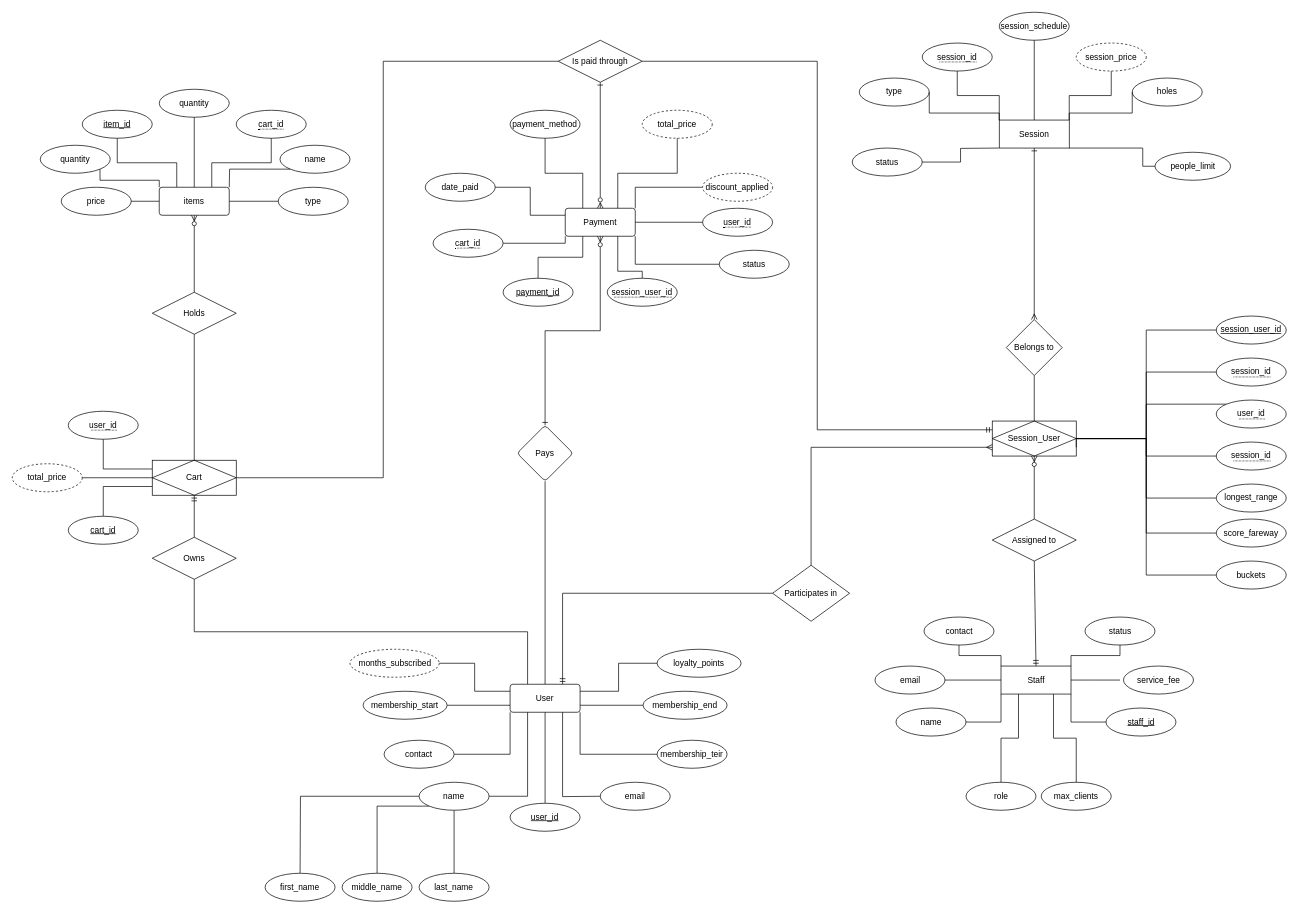
Before: golf-chen-notation.drawio in johnllss/INFOM_DB-App_Gr3, a draw.io diagram. Source tidied: cells renumbered, new cells numbered last; positions are measured from the earlier drawing's top-left corner, leaving out a move shared by most shapes. Both pictures are drawn from the tidied source at 70%, with x=0, y=0 at pixel (12, 12).
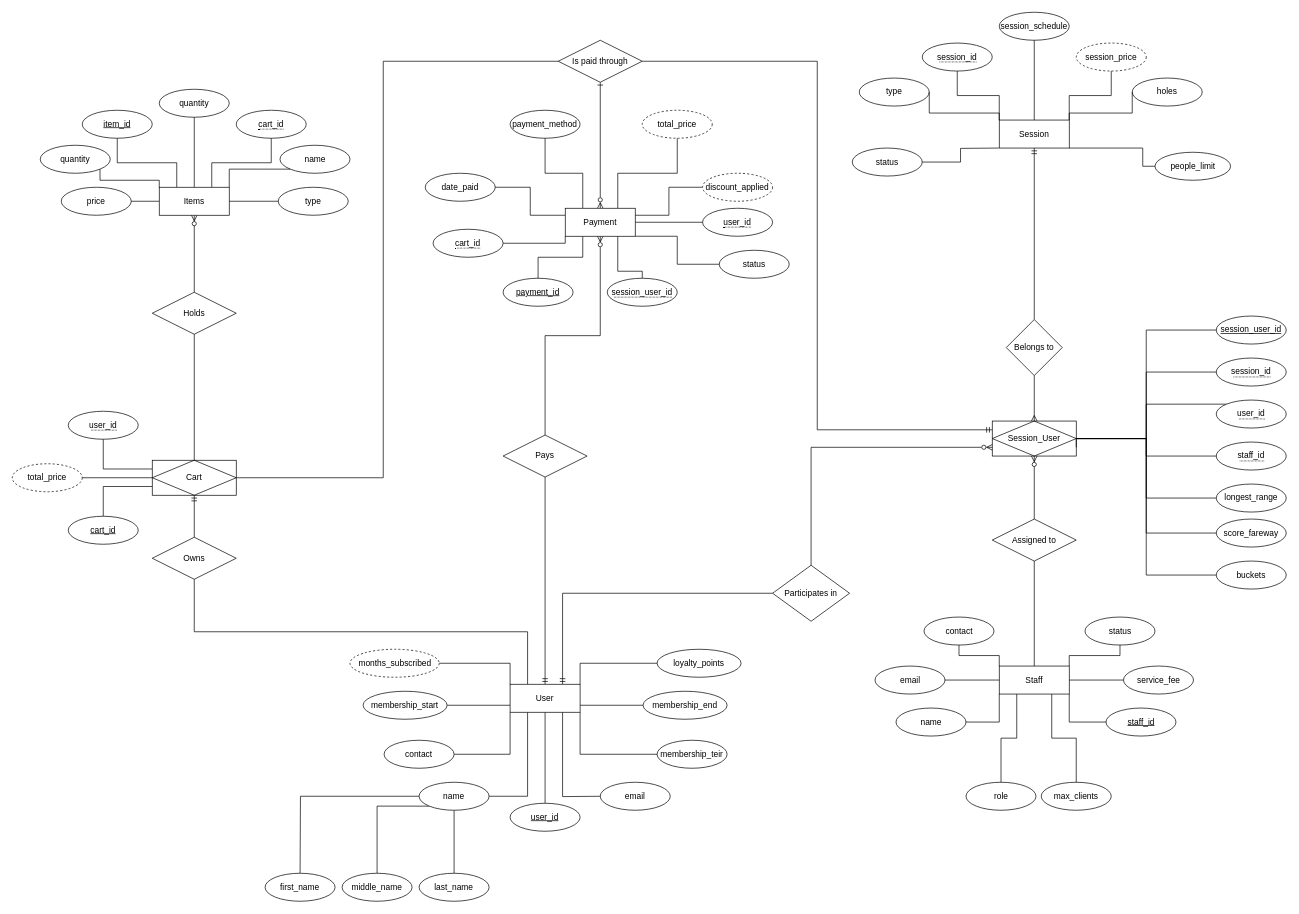
After the change.

Unchanged cells that the change refers to:
```xml
<mxCell id="6" value="user_id" style="ellipse;whiteSpace=wrap;html=1;align=center;fontStyle=4;" parent="1" vertex="1">
<mxCell id="13" value="name" style="ellipse;whiteSpace=wrap;html=1;align=center;" parent="1" vertex="1">
<mxCell id="15" value="membership_end" style="ellipse;whiteSpace=wrap;html=1;align=center;" parent="1" vertex="1">
<mxCell id="19" value="loyalty_points" style="ellipse;whiteSpace=wrap;html=1;align=center;" parent="1" vertex="1">
<mxCell id="28" value="Session" style="whiteSpace=wrap;html=1;align=center;" parent="1" vertex="1">
<mxCell id="41" value="item_id" style="ellipse;whiteSpace=wrap;html=1;align=center;fontStyle=4;" parent="1" vertex="1">
<mxCell id="43" value="name" style="ellipse;whiteSpace=wrap;html=1;align=center;" parent="1" vertex="1">
<mxCell id="44" value="type" style="ellipse;whiteSpace=wrap;html=1;align=center;" parent="1" vertex="1">
<mxCell id="45" value="quantity" style="ellipse;whiteSpace=wrap;html=1;align=center;" parent="1" vertex="1">
<mxCell id="46" value="quantity" style="ellipse;whiteSpace=wrap;html=1;align=center;" parent="1" vertex="1">
<mxCell id="47" value="price" style="ellipse;whiteSpace=wrap;html=1;align=center;" parent="1" vertex="1">
<mxCell id="48" value="&lt;span style=&quot;border-bottom: 1px dotted&quot;&gt;cart_id&lt;/span&gt;" style="ellipse;whiteSpace=wrap;html=1;align=center;" parent="1" vertex="1">
<mxCell id="62" value="Holds" style="shape=rhombus;perimeter=rhombusPerimeter;whiteSpace=wrap;html=1;align=center;" parent="1" vertex="1">
<mxCell id="65" value="total_price" style="ellipse;whiteSpace=wrap;html=1;align=center;dashed=1;" parent="1" vertex="1">
<mxCell id="69" value="status" style="ellipse;whiteSpace=wrap;html=1;align=center;" parent="1" vertex="1">
<mxCell id="71" value="date_paid" style="ellipse;whiteSpace=wrap;html=1;align=center;" parent="1" vertex="1">
<mxCell id="73" value="&lt;span style=&quot;border-bottom: 1px dotted&quot;&gt;cart_id&lt;/span&gt;" style="ellipse;whiteSpace=wrap;html=1;align=center;" parent="1" vertex="1">
<mxCell id="74" value="&lt;span style=&quot;border-bottom: 1px dotted&quot;&gt;session_user_id&lt;/span&gt;" style="ellipse;whiteSpace=wrap;html=1;align=center;" parent="1" vertex="1">
<mxCell id="82" value="discount_applied" style="ellipse;whiteSpace=wrap;html=1;align=center;dashed=1;" parent="1" vertex="1">
<mxCell id="83" value="Is paid through" style="shape=rhombus;perimeter=rhombusPerimeter;whiteSpace=wrap;html=1;align=center;" parent="1" vertex="1">
<mxCell id="86" value="Owns" style="shape=rhombus;perimeter=rhombusPerimeter;whiteSpace=wrap;html=1;align=center;" parent="1" vertex="1">
<mxCell id="91" value="Session_User" style="shape=associativeEntity;whiteSpace=wrap;html=1;align=center;" parent="1" vertex="1">
<mxCell id="98" value="Participates in" style="rhombus;whiteSpace=wrap;html=1;" parent="1" vertex="1">
<mxCell id="100" value="Belongs to" style="rhombus;whiteSpace=wrap;html=1;" parent="1" vertex="1">
<mxCell id="101" value="months_subscribed" style="ellipse;whiteSpace=wrap;html=1;align=center;dashed=1;" parent="1" vertex="1">
<mxCell id="109" value="Assigned to" style="shape=rhombus;perimeter=rhombusPerimeter;whiteSpace=wrap;html=1;align=center;" parent="1" vertex="1">
<mxCell id="119" value="service_fee" style="ellipse;whiteSpace=wrap;html=1;align=center;" parent="1" vertex="1">
<mxCell id="131" value="membership_teir" style="ellipse;whiteSpace=wrap;html=1;align=center;" parent="1" vertex="1">
<mxCell id="135" value="&lt;span style=&quot;border-bottom: 1px dotted&quot;&gt;user_id&lt;/span&gt;" style="ellipse;whiteSpace=wrap;html=1;align=center;" parent="1" vertex="1">
```

Change to the diagram source:
```diff
@@
-    <mxCell id="2" style="edgeStyle=orthogonalEdgeStyle;rounded=0;jettySize=auto;html=1;exitX=0.25;exitY=0;exitDx=0;exitDy=0;endArrow=none;endFill=0;entryX=0.5;entryY=1;entryDx=0;entryDy=0;" parent="1" edge="1" source="4" target="86">
+    <mxCell id="2" style="edgeStyle=orthogonalEdgeStyle;rounded=0;jettySize=auto;html=1;endArrow=none;endFill=0;entryX=0.5;entryY=1;entryDx=0;entryDy=0;exitX=0.25;exitY=0;exitDx=0;exitDy=0;" parent="1" edge="1" source="4" target="86">
       <mxGeometry relative="1" as="geometry" />
     </mxCell>
-    <mxCell id="3" style="edgeStyle=orthogonalEdgeStyle;rounded=0;jettySize=auto;html=1;endArrow=none;endFill=0;" parent="1" edge="1" source="4" target="25">
+    <mxCell id="3" style="edgeStyle=orthogonalEdgeStyle;rounded=0;jettySize=auto;html=1;endArrow=none;endFill=0;entryX=0.5;entryY=1;entryDx=0;entryDy=0;exitX=0.5;exitY=0;exitDx=0;exitDy=0;startArrow=ERmandOne;startFill=0;" parent="1" edge="1" source="4" target="25">
       <mxGeometry relative="1" as="geometry" />
     </mxCell>
-    <mxCell id="4" value="User" style="rounded=1;arcSize=10;whiteSpace=wrap;html=1;align=center;" parent="1" vertex="1">
-      <mxGeometry x="711.2" y="960" width="100" height="40" as="geometry" />
-    </mxCell>
-    <mxCell id="5" style="edgeStyle=orthogonalEdgeStyle;rounded=0;jettySize=auto;html=1;entryX=0.5;entryY=1;entryDx=0;entryDy=0;endArrow=none;endFill=0;" parent="1" edge="1" source="6" target="4">
+    <mxCell id="5" style="edgeStyle=orthogonalEdgeStyle;rounded=0;jettySize=auto;html=1;endArrow=none;endFill=0;entryX=0.5;entryY=1;entryDx=0;entryDy=0;" parent="1" edge="1" source="6" target="4">
       <mxGeometry relative="1" as="geometry" />
     </mxCell>
@@
-    <mxCell id="7" style="edgeStyle=orthogonalEdgeStyle;rounded=0;jettySize=auto;html=1;entryX=0.75;entryY=1;entryDx=0;entryDy=0;endArrow=none;endFill=0;exitX=0;exitY=0.5;exitDx=0;exitDy=0;" parent="1" edge="1" target="4">
+    <mxCell id="7" style="edgeStyle=orthogonalEdgeStyle;rounded=0;jettySize=auto;html=1;endArrow=none;endFill=0;exitX=0;exitY=0.5;exitDx=0;exitDy=0;entryX=0.75;entryY=1;entryDx=0;entryDy=0;" parent="1" edge="1" target="4">
       <mxGeometry relative="1" as="geometry">
         <mxPoint x="841.2" y="1120" as="sourcePoint" />
       </mxGeometry>
     </mxCell>
-    <mxCell id="8" style="edgeStyle=orthogonalEdgeStyle;rounded=0;jettySize=auto;html=1;entryX=0;entryY=0.25;entryDx=0;entryDy=0;endArrow=none;endFill=0;exitX=1;exitY=0.5;exitDx=0;exitDy=0;" parent="1" edge="1" source="101" target="4">
+    <mxCell id="8" style="edgeStyle=orthogonalEdgeStyle;rounded=0;jettySize=auto;html=1;entryX=0;entryY=0;entryDx=0;entryDy=0;endArrow=none;endFill=0;exitX=1;exitY=0.5;exitDx=0;exitDy=0;" parent="1" edge="1" source="101" target="4">
       <mxGeometry relative="1" as="geometry" />
     </mxCell>
-    <mxCell id="9" style="edgeStyle=orthogonalEdgeStyle;rounded=0;jettySize=auto;html=1;entryX=0.25;entryY=1;entryDx=0;entryDy=0;endArrow=none;endFill=0;" parent="1" edge="1" source="13" target="4">
+    <mxCell id="9" style="edgeStyle=orthogonalEdgeStyle;rounded=0;jettySize=auto;html=1;endArrow=none;endFill=0;entryX=0.25;entryY=1;entryDx=0;entryDy=0;" parent="1" edge="1" source="13" target="4">
       <mxGeometry relative="1" as="geometry" />
     </mxCell>
@@
-    <mxCell id="14" style="edgeStyle=orthogonalEdgeStyle;rounded=0;jettySize=auto;html=1;entryX=1;entryY=0.75;entryDx=0;entryDy=0;endArrow=none;endFill=0;" parent="1" edge="1" source="15" target="4">
+    <mxCell id="14" style="edgeStyle=orthogonalEdgeStyle;rounded=0;jettySize=auto;html=1;endArrow=none;endFill=0;entryX=1;entryY=0.75;entryDx=0;entryDy=0;" parent="1" edge="1" source="15" target="4">
       <mxGeometry relative="1" as="geometry" />
     </mxCell>
@@
-    <mxCell id="18" style="edgeStyle=orthogonalEdgeStyle;rounded=0;jettySize=auto;html=1;exitX=0;exitY=0.5;exitDx=0;exitDy=0;entryX=1;entryY=0.25;entryDx=0;entryDy=0;endArrow=none;endFill=0;" parent="1" edge="1" source="19" target="4">
+    <mxCell id="18" style="edgeStyle=orthogonalEdgeStyle;rounded=0;jettySize=auto;html=1;exitX=0;exitY=0.5;exitDx=0;exitDy=0;endArrow=none;endFill=0;entryX=1;entryY=0;entryDx=0;entryDy=0;" parent="1" edge="1" source="19" target="4">
       <mxGeometry relative="1" as="geometry" />
     </mxCell>
@@
-    <mxCell id="25" value="Pays" style="rhombus;whiteSpace=wrap;html=1;rounded=1;arcSize=10;" parent="1" vertex="1">
-      <mxGeometry x="721.2" y="590" width="80" height="80" as="geometry" />
-    </mxCell>
@@
-    <mxCell id="42" style="endArrow=none;html=1;rounded=0;entryX=0.25;entryY=0;entryDx=0;entryDy=0;exitX=0.5;exitY=1;exitDx=0;exitDy=0;edgeStyle=orthogonalEdgeStyle;" parent="1" edge="1" source="41" target="61">
+    <mxCell id="42" style="endArrow=none;html=1;rounded=0;entryX=0.25;entryY=0;entryDx=0;entryDy=0;exitX=0.5;exitY=1;exitDx=0;exitDy=0;edgeStyle=orthogonalEdgeStyle;" parent="1" edge="1" source="41" target="137">
       <mxGeometry relative="1" as="geometry" />
     </mxCell>
@@
-    <mxCell id="49" style="endArrow=none;html=1;rounded=0;exitX=0;exitY=1;exitDx=0;exitDy=0;entryX=1;entryY=0;entryDx=0;entryDy=0;edgeStyle=orthogonalEdgeStyle;" parent="1" edge="1" source="43">
-      <mxGeometry relative="1" as="geometry">
-        <mxPoint x="310" y="250" as="targetPoint" />
-      </mxGeometry>
+    <mxCell id="49" style="endArrow=none;html=1;rounded=0;exitX=0;exitY=1;exitDx=0;exitDy=0;edgeStyle=orthogonalEdgeStyle;entryX=1;entryY=0;entryDx=0;entryDy=0;" parent="1" edge="1" source="43" target="137">
+      <mxGeometry relative="1" as="geometry" />
     </mxCell>
-    <mxCell id="50" style="endArrow=none;html=1;rounded=0;exitX=0;exitY=0.5;exitDx=0;exitDy=0;entryX=1;entryY=0.5;entryDx=0;entryDy=0;edgeStyle=orthogonalEdgeStyle;" parent="1" edge="1" source="44">
-      <mxGeometry relative="1" as="geometry">
-        <mxPoint x="310" y="270" as="targetPoint" />
-      </mxGeometry>
+    <mxCell id="50" style="endArrow=none;html=1;rounded=0;exitX=0;exitY=0.5;exitDx=0;exitDy=0;edgeStyle=orthogonalEdgeStyle;entryX=1;entryY=0.5;entryDx=0;entryDy=0;" parent="1" edge="1" source="44" target="137">
+      <mxGeometry relative="1" as="geometry" />
     </mxCell>
-    <mxCell id="51" style="endArrow=none;html=1;rounded=0;exitX=0.5;exitY=1;exitDx=0;exitDy=0;entryX=0.5;entryY=0;entryDx=0;entryDy=0;edgeStyle=orthogonalEdgeStyle;" parent="1" edge="1" source="45" target="61">
+    <mxCell id="51" style="endArrow=none;html=1;rounded=0;exitX=0.5;exitY=1;exitDx=0;exitDy=0;edgeStyle=orthogonalEdgeStyle;entryX=0.5;entryY=0;entryDx=0;entryDy=0;" parent="1" edge="1" source="45" target="137">
       <mxGeometry relative="1" as="geometry" />
     </mxCell>
-    <mxCell id="52" style="endArrow=none;html=1;rounded=0;exitX=0;exitY=0;exitDx=0;exitDy=0;entryX=1;entryY=1;entryDx=0;entryDy=0;edgeStyle=orthogonalEdgeStyle;" parent="1" edge="1" source="61" target="46">
+    <mxCell id="52" style="endArrow=none;html=1;rounded=0;entryX=1;entryY=1;entryDx=0;entryDy=0;edgeStyle=orthogonalEdgeStyle;exitX=0;exitY=0;exitDx=0;exitDy=0;" parent="1" edge="1" source="137" target="46">
       <mxGeometry relative="1" as="geometry" />
     </mxCell>
-    <mxCell id="53" style="endArrow=none;html=1;rounded=0;entryX=1;entryY=0.5;entryDx=0;entryDy=0;exitX=0;exitY=0.5;exitDx=0;exitDy=0;edgeStyle=orthogonalEdgeStyle;" parent="1" edge="1" source="61" target="47">
+    <mxCell id="53" style="endArrow=none;html=1;rounded=0;entryX=1;entryY=0.5;entryDx=0;entryDy=0;edgeStyle=orthogonalEdgeStyle;exitX=0;exitY=0.5;exitDx=0;exitDy=0;" parent="1" edge="1" source="137" target="47">
       <mxGeometry relative="1" as="geometry" />
     </mxCell>
-    <mxCell id="54" style="endArrow=none;html=1;rounded=0;exitX=0.5;exitY=1;exitDx=0;exitDy=0;entryX=0.75;entryY=0;entryDx=0;entryDy=0;edgeStyle=orthogonalEdgeStyle;" parent="1" edge="1" source="48" target="61">
+    <mxCell id="54" style="endArrow=none;html=1;rounded=0;exitX=0.5;exitY=1;exitDx=0;exitDy=0;edgeStyle=orthogonalEdgeStyle;entryX=0.75;entryY=0;entryDx=0;entryDy=0;" parent="1" edge="1" source="48" target="137">
       <mxGeometry relative="1" as="geometry" />
     </mxCell>
@@
-    <mxCell id="61" value="items" style="rounded=1;arcSize=10;whiteSpace=wrap;html=1;align=center;" parent="1" vertex="1">
-      <mxGeometry x="210" y="250" width="100" height="40" as="geometry" />
-    </mxCell>
@@
-    <mxCell id="63" style="fontSize=12;html=1;endArrow=ERzeroToMany;endFill=1;rounded=0;exitX=0.5;exitY=0;exitDx=0;exitDy=0;entryX=0.5;entryY=1;entryDx=0;entryDy=0;" parent="1" edge="1" source="62" target="61">
+    <mxCell id="63" style="fontSize=12;html=1;endArrow=ERzeroToMany;endFill=1;rounded=0;exitX=0.5;exitY=0;exitDx=0;exitDy=0;entryX=0.5;entryY=1;entryDx=0;entryDy=0;" parent="1" edge="1" source="62" target="137">
       <mxGeometry relative="1" as="geometry" />
     </mxCell>
-    <mxCell id="64" value="Payment" style="rounded=1;arcSize=10;whiteSpace=wrap;html=1;align=center;" parent="1" vertex="1">
-      <mxGeometry x="790" y="280" width="100" height="40" as="geometry" />
-    </mxCell>
@@
-    <mxCell id="66" style="rounded=0;jettySize=auto;html=1;endArrow=ERzeroToMany;endFill=0;startArrow=ERone;startFill=0;entryX=0.5;entryY=0;entryDx=0;entryDy=0;exitX=0.5;exitY=1;exitDx=0;exitDy=0;" parent="1" edge="1" source="83" target="64">
+    <mxCell id="66" style="rounded=0;jettySize=auto;html=1;endArrow=ERzeroToMany;endFill=0;startArrow=ERone;startFill=0;exitX=0.5;exitY=1;exitDx=0;exitDy=0;entryX=0.5;entryY=0;entryDx=0;entryDy=0;" parent="1" edge="1" source="83" target="64">
       <mxGeometry relative="1" as="geometry" />
     </mxCell>
@@
-    <mxCell id="68" style="rounded=0;jettySize=auto;html=1;endArrow=ERzeroToMany;endFill=0;startArrow=ERone;startFill=0;entryX=0.5;entryY=1;entryDx=0;entryDy=0;exitX=0.5;exitY=0;exitDx=0;exitDy=0;edgeStyle=orthogonalEdgeStyle;" parent="1" edge="1" source="25" target="64">
+    <mxCell id="68" style="rounded=0;jettySize=auto;html=1;endArrow=ERzeroToMany;endFill=0;startArrow=none;startFill=0;exitX=0.5;exitY=0;exitDx=0;exitDy=0;edgeStyle=orthogonalEdgeStyle;entryX=0.5;entryY=1;entryDx=0;entryDy=0;" parent="1" edge="1" source="25" target="64">
       <mxGeometry relative="1" as="geometry" />
     </mxCell>
@@
-    <mxCell id="75" style="endArrow=none;html=1;rounded=0;exitX=0;exitY=1;exitDx=0;exitDy=0;edgeStyle=orthogonalEdgeStyle;" parent="1" edge="1" source="64" target="73">
+    <mxCell id="75" style="endArrow=none;html=1;rounded=0;edgeStyle=orthogonalEdgeStyle;exitX=0;exitY=1;exitDx=0;exitDy=0;" parent="1" edge="1" source="64" target="73">
       <mxGeometry relative="1" as="geometry" />
     </mxCell>
-    <mxCell id="76" style="endArrow=none;html=1;rounded=0;exitX=0.75;exitY=1;exitDx=0;exitDy=0;entryX=0.5;entryY=0;entryDx=0;entryDy=0;edgeStyle=orthogonalEdgeStyle;" parent="1" edge="1" source="64" target="74">
+    <mxCell id="76" style="endArrow=none;html=1;rounded=0;entryX=0.5;entryY=0;entryDx=0;entryDy=0;edgeStyle=orthogonalEdgeStyle;exitX=0.75;exitY=1;exitDx=0;exitDy=0;" parent="1" edge="1" source="64" target="74">
       <mxGeometry relative="1" as="geometry">
         <Array as="points">
           <mxPoint x="865" y="370" />
           <mxPoint x="900" y="370" />
         </Array>
       </mxGeometry>
     </mxCell>
-    <mxCell id="77" style="endArrow=none;html=1;rounded=0;exitX=0;exitY=0.25;exitDx=0;exitDy=0;entryX=1;entryY=0.5;entryDx=0;entryDy=0;edgeStyle=orthogonalEdgeStyle;" parent="1" edge="1" source="64" target="71">
+    <mxCell id="77" style="endArrow=none;html=1;rounded=0;entryX=1;entryY=0.5;entryDx=0;entryDy=0;edgeStyle=orthogonalEdgeStyle;exitX=0;exitY=0.25;exitDx=0;exitDy=0;" parent="1" edge="1" source="64" target="71">
       <mxGeometry relative="1" as="geometry" />
     </mxCell>
@@
-    <mxCell id="79" style="endArrow=none;html=1;rounded=0;exitX=1;exitY=1;exitDx=0;exitDy=0;entryX=0;entryY=0.5;entryDx=0;entryDy=0;edgeStyle=orthogonalEdgeStyle;" parent="1" edge="1" source="64" target="69">
-      <mxGeometry relative="1" as="geometry" />
+    <mxCell id="79" style="endArrow=none;html=1;rounded=0;entryX=0;entryY=0.5;entryDx=0;entryDy=0;edgeStyle=orthogonalEdgeStyle;exitX=1;exitY=1;exitDx=0;exitDy=0;" parent="1" edge="1" source="64" target="69">
+      <mxGeometry relative="1" as="geometry">
+        <Array as="points">
+          <mxPoint x="950" y="320" />
+          <mxPoint x="950" y="360" />
+        </Array>
+      </mxGeometry>
     </mxCell>
-    <mxCell id="80" style="endArrow=none;html=1;rounded=0;exitX=0.75;exitY=0;exitDx=0;exitDy=0;entryX=0.5;entryY=1;entryDx=0;entryDy=0;edgeStyle=orthogonalEdgeStyle;" parent="1" edge="1" source="64" target="65">
+    <mxCell id="80" style="endArrow=none;html=1;rounded=0;entryX=0.5;entryY=1;entryDx=0;entryDy=0;edgeStyle=orthogonalEdgeStyle;exitX=0.75;exitY=0;exitDx=0;exitDy=0;" parent="1" edge="1" source="64" target="65">
       <mxGeometry relative="1" as="geometry" />
     </mxCell>
-    <mxCell id="81" style="endArrow=none;html=1;rounded=0;exitX=1;exitY=0;exitDx=0;exitDy=0;entryX=0;entryY=0.5;entryDx=0;entryDy=0;edgeStyle=orthogonalEdgeStyle;" parent="1" edge="1" source="64" target="82">
+    <mxCell id="81" style="endArrow=none;html=1;rounded=0;entryX=0;entryY=0.5;entryDx=0;entryDy=0;edgeStyle=orthogonalEdgeStyle;exitX=1;exitY=0.25;exitDx=0;exitDy=0;" parent="1" edge="1" source="64" target="82">
       <mxGeometry relative="1" as="geometry" />
     </mxCell>
@@
-    <mxCell id="90" style="edgeStyle=orthogonalEdgeStyle;rounded=0;jettySize=auto;html=1;endArrow=none;endFill=0;" parent="1" edge="1" source="91" target="100">
-      <mxGeometry relative="1" as="geometry" />
-    </mxCell>
@@
-    <mxCell id="99" style="edgeStyle=orthogonalEdgeStyle;rounded=0;jettySize=auto;html=1;entryX=0.5;entryY=1;entryDx=0;entryDy=0;endArrow=ERone;endFill=0;startArrow=ERmany;startFill=0;" parent="1" edge="1" source="100" target="28">
+    <mxCell id="99" style="edgeStyle=orthogonalEdgeStyle;rounded=0;jettySize=auto;html=1;entryX=0.5;entryY=1;entryDx=0;entryDy=0;endArrow=ERmandOne;endFill=0;startArrow=none;startFill=0;exitX=0.5;exitY=0;exitDx=0;exitDy=0;" parent="1" edge="1" source="100" target="28">
       <mxGeometry relative="1" as="geometry" />
     </mxCell>
@@
-    <mxCell id="103" value="&lt;span style=&quot;border-bottom: 1px dotted&quot;&gt;session_id&lt;/span&gt;" style="ellipse;whiteSpace=wrap;html=1;align=center;" parent="1" vertex="1">
+    <mxCell id="103" value="&lt;span style=&quot;border-bottom: 1px dotted&quot;&gt;staff_id&lt;/span&gt;" style="ellipse;whiteSpace=wrap;html=1;align=center;" parent="1" vertex="1">
       <mxGeometry x="1720" y="614" width="100" height="40" as="geometry" />
     </mxCell>
@@
     <mxCell id="110" value="Staff" style="whiteSpace=wrap;html=1;align=center;" parent="1" vertex="1">
-      <mxGeometry x="1412.5" y="934" width="100" height="40" as="geometry" />
+      <mxGeometry x="1410" y="934" width="100" height="40" as="geometry" />
     </mxCell>
@@
-    <mxCell id="124" style="endArrow=none;html=1;rounded=0;exitX=1;exitY=0.5;exitDx=0;exitDy=0;entryX=0;entryY=0.5;entryDx=0;entryDy=0;edgeStyle=orthogonalEdgeStyle;" parent="1" edge="1" source="110">
-      <mxGeometry relative="1" as="geometry">
-        <mxPoint x="1582.5" y="954" as="targetPoint" />
-      </mxGeometry>
+    <mxCell id="124" style="endArrow=none;html=1;rounded=0;exitX=1;exitY=0.5;exitDx=0;exitDy=0;entryX=0;entryY=0.5;entryDx=0;entryDy=0;edgeStyle=orthogonalEdgeStyle;" parent="1" edge="1" source="110" target="119">
+      <mxGeometry relative="1" as="geometry" />
     </mxCell>
-    <mxCell id="125" style="fontSize=12;html=1;endArrow=ERmandOne;rounded=0;exitX=0.5;exitY=1;exitDx=0;exitDy=0;entryX=0.5;entryY=0;entryDx=0;entryDy=0;" parent="1" edge="1" source="109" target="110">
+    <mxCell id="125" style="fontSize=12;html=1;endArrow=none;rounded=0;exitX=0.5;exitY=1;exitDx=0;exitDy=0;entryX=0.5;entryY=0;entryDx=0;entryDy=0;endFill=0;" parent="1" edge="1" source="109" target="110">
       <mxGeometry relative="1" as="geometry" />
     </mxCell>
@@
-    <mxCell id="127" style="fontSize=12;html=1;endArrow=ERmany;rounded=0;exitX=0.5;exitY=0;exitDx=0;exitDy=0;entryX=0;entryY=0.75;entryDx=0;entryDy=0;edgeStyle=orthogonalEdgeStyle;" parent="1" edge="1" source="98" target="91">
+    <mxCell id="127" style="fontSize=12;html=1;endArrow=ERzeroToMany;rounded=0;exitX=0.5;exitY=0;exitDx=0;exitDy=0;entryX=0;entryY=0.75;entryDx=0;entryDy=0;edgeStyle=orthogonalEdgeStyle;endFill=0;" parent="1" edge="1" source="98" target="91">
       <mxGeometry relative="1" as="geometry" />
     </mxCell>
-    <mxCell id="128" style="edgeStyle=orthogonalEdgeStyle;fontSize=12;html=1;endArrow=ERmandOne;rounded=0;entryX=0.75;entryY=0;entryDx=0;entryDy=0;exitX=0;exitY=0.5;exitDx=0;exitDy=0;" parent="1" edge="1" source="98" target="4">
+    <mxCell id="128" style="edgeStyle=orthogonalEdgeStyle;fontSize=12;html=1;endArrow=ERmandOne;rounded=0;exitX=0;exitY=0.5;exitDx=0;exitDy=0;entryX=0.75;entryY=0;entryDx=0;entryDy=0;" parent="1" edge="1" source="98" target="4">
       <mxGeometry relative="1" as="geometry" />
     </mxCell>
@@
-    <mxCell id="132" style="edgeStyle=orthogonalEdgeStyle;rounded=0;jettySize=auto;html=1;entryX=1;entryY=1;entryDx=0;entryDy=0;endArrow=none;endFill=0;exitX=0;exitY=0.5;exitDx=0;exitDy=0;" parent="1" edge="1" source="131" target="4">
+    <mxCell id="132" style="edgeStyle=orthogonalEdgeStyle;rounded=0;jettySize=auto;html=1;endArrow=none;endFill=0;exitX=0;exitY=0.5;exitDx=0;exitDy=0;entryX=1;entryY=1;entryDx=0;entryDy=0;" parent="1" edge="1" source="131" target="4">
       <mxGeometry relative="1" as="geometry" />
     </mxCell>
@@
-    <mxCell id="136" style="endArrow=none;html=1;rounded=0;exitX=1;exitY=0.5;exitDx=0;exitDy=0;edgeStyle=orthogonalEdgeStyle;entryX=0;entryY=0.5;entryDx=0;entryDy=0;" parent="1" edge="1" source="64" target="135">
+    <mxCell id="136" style="endArrow=none;html=1;rounded=0;edgeStyle=orthogonalEdgeStyle;entryX=0;entryY=0.5;entryDx=0;entryDy=0;exitX=1;exitY=0.5;exitDx=0;exitDy=0;" parent="1" edge="1" source="64" target="135">
       <mxGeometry relative="1" as="geometry" />
     </mxCell>
+    <mxCell id="25" value="Pays" style="shape=rhombus;perimeter=rhombusPerimeter;whiteSpace=wrap;html=1;align=center;" parent="1" vertex="1">
+      <mxGeometry x="701.2" y="604" width="120" height="60" as="geometry" />
+    </mxCell>
+    <mxCell id="4" value="User" style="whiteSpace=wrap;html=1;align=center;" parent="1" vertex="1">
+      <mxGeometry x="711.2" y="960" width="100" height="40" as="geometry" />
+    </mxCell>
+    <mxCell id="90" style="edgeStyle=orthogonalEdgeStyle;rounded=0;jettySize=auto;html=1;entryX=0.5;entryY=1;entryDx=0;entryDy=0;endArrow=none;endFill=0;startArrow=ERmany;startFill=0;exitX=0.5;exitY=0;exitDx=0;exitDy=0;" parent="1" edge="1" source="91" target="100">
+      <mxGeometry relative="1" as="geometry" />
+    </mxCell>
+    <mxCell id="64" value="Payment" style="whiteSpace=wrap;html=1;align=center;" parent="1" vertex="1">
+      <mxGeometry x="790" y="280" width="100" height="40" as="geometry" />
+    </mxCell>
+    <mxCell id="137" value="Items" style="whiteSpace=wrap;html=1;align=center;" parent="1" vertex="1">
+      <mxGeometry x="210" y="250" width="100" height="40" as="geometry" />
+    </mxCell>
```
